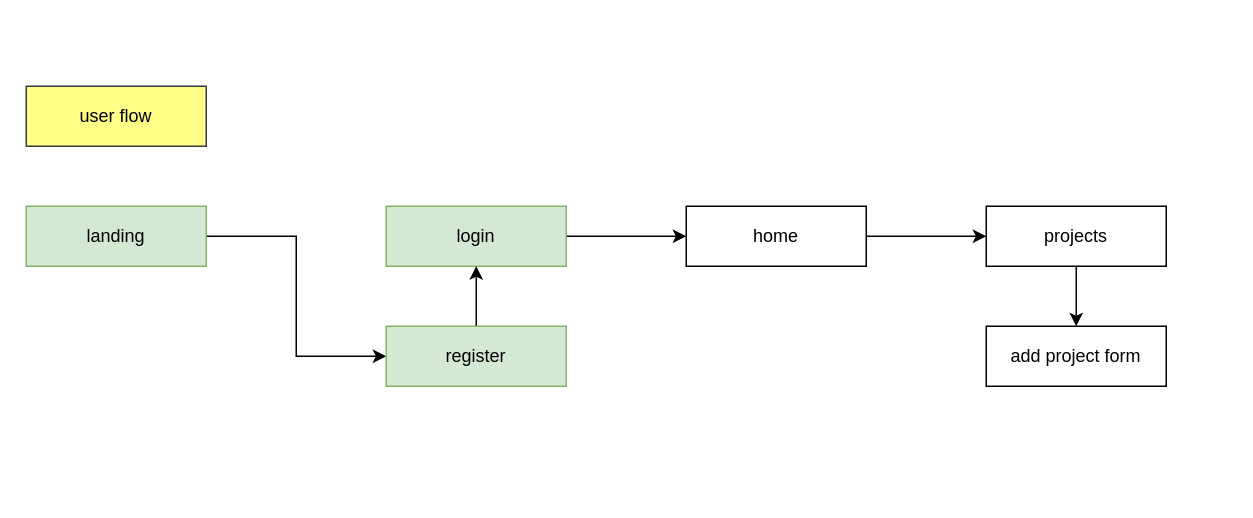
BudacuVlad/music-store keeps this draw.io diagram as page "user flow" (1 of 2) of docs/2 design/routing.drawio. Above is the earlier version. Source tidied: cells renumbered, new cells numbered last; positions are measured from the earlier drawing's top-left corner, leaving out a move shared by most shapes. Both pictures are drawn from the tidied source at 150%, with x=0, y=0 at pixel (26, 86).
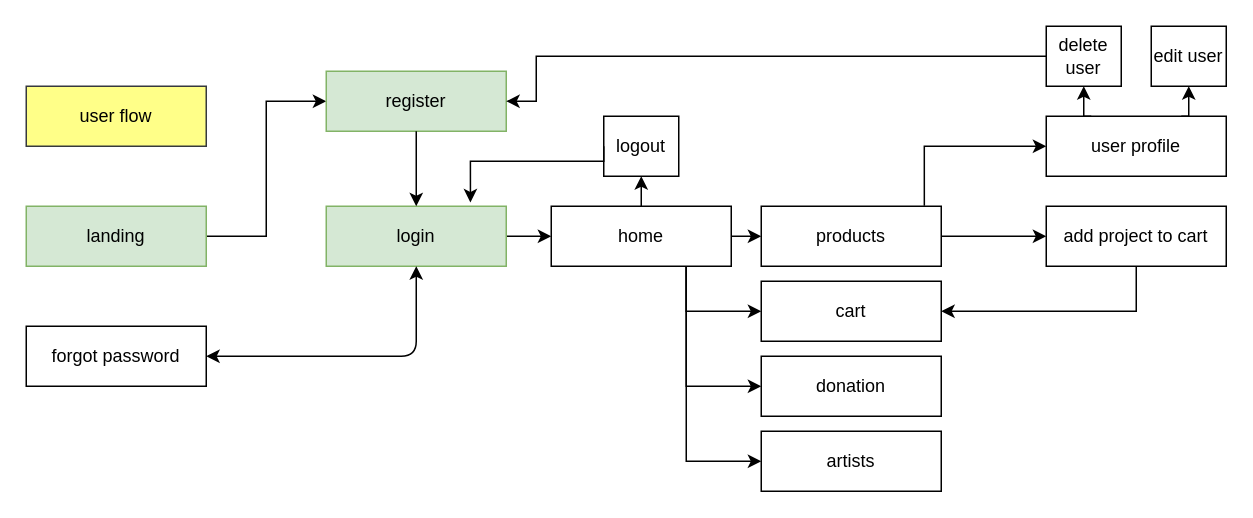
After the change.

The change refers to these unchanged cells:
```xml
<mxCell id="5" value="landing" style="rounded=0;whiteSpace=wrap;html=1;fillColor=#d5e8d4;strokeColor=#82b366;" parent="1" vertex="1">
  <mxGeometry y="80" width="120" height="40" as="geometry" />
</mxCell>
```

What changed in the source:
```diff
@@
-    <mxCell id="2" style="edgeStyle=orthogonalEdgeStyle;rounded=0;jettySize=auto;html=1;entryX=0;entryY=0.5;entryDx=0;entryDy=0;" parent="1" edge="1" source="3" target="11">
+    <mxCell id="2" style="edgeStyle=orthogonalEdgeStyle;rounded=0;jettySize=auto;html=1;entryX=0;entryY=0.5;entryDx=0;entryDy=0;exitX=1;exitY=0.5;exitDx=0;exitDy=0;" parent="1" edge="1" source="3" target="11">
       <mxGeometry relative="1" as="geometry" />
     </mxCell>
     <mxCell id="3" value="home" style="rounded=0;whiteSpace=wrap;html=1;" parent="1" vertex="1">
-      <mxGeometry x="440" y="80" width="120" height="40" as="geometry" />
+      <mxGeometry x="350" y="80" width="120" height="40" as="geometry" />
     </mxCell>
-    <mxCell id="4" style="edgeStyle=orthogonalEdgeStyle;rounded=0;jettySize=auto;html=1;entryX=0;entryY=0.5;entryDx=0;entryDy=0;" parent="1" edge="1" source="5" target="9">
+    <mxCell id="4" style="edgeStyle=orthogonalEdgeStyle;rounded=0;jettySize=auto;html=1;entryX=0;entryY=0.5;entryDx=0;entryDy=0;exitX=1;exitY=0.5;exitDx=0;exitDy=0;" parent="1" edge="1" source="5" target="9">
       <mxGeometry relative="1" as="geometry" />
     </mxCell>
@@
-    <mxCell id="6" style="edgeStyle=orthogonalEdgeStyle;rounded=0;jettySize=auto;html=1;entryX=0;entryY=0.5;entryDx=0;entryDy=0;" parent="1" edge="1" source="7" target="3">
+    <mxCell id="6" style="edgeStyle=orthogonalEdgeStyle;rounded=0;jettySize=auto;html=1;entryX=0;entryY=0.5;entryDx=0;entryDy=0;exitX=1;exitY=0.5;exitDx=0;exitDy=0;" parent="1" edge="1" source="7" target="3">
       <mxGeometry relative="1" as="geometry" />
     </mxCell>
     <mxCell id="7" value="login" style="whiteSpace=wrap;html=1;rounded=0;fillColor=#d5e8d4;strokeColor=#82b366;" parent="1" vertex="1">
-      <mxGeometry x="240" y="80" width="120" height="40" as="geometry" />
+      <mxGeometry x="200" y="80" width="120" height="40" as="geometry" />
     </mxCell>
-    <mxCell id="8" style="edgeStyle=orthogonalEdgeStyle;rounded=0;jettySize=auto;html=1;" parent="1" edge="1" source="9" target="7">
-      <mxGeometry relative="1" as="geometry" />
-    </mxCell>
     <mxCell id="9" value="register" style="whiteSpace=wrap;html=1;rounded=0;fillColor=#d5e8d4;strokeColor=#82b366;" parent="1" vertex="1">
-      <mxGeometry x="240" y="160" width="120" height="40" as="geometry" />
+      <mxGeometry x="200" y="-10" width="120" height="40" as="geometry" />
     </mxCell>
-    <mxCell id="10" style="edgeStyle=orthogonalEdgeStyle;rounded=0;jettySize=auto;html=1;" parent="1" edge="1" source="11" target="12">
+    <mxCell id="10" style="edgeStyle=orthogonalEdgeStyle;rounded=0;jettySize=auto;html=1;exitX=1;exitY=0.5;exitDx=0;exitDy=0;entryX=0;entryY=0.5;entryDx=0;entryDy=0;" parent="1" edge="1" source="11" target="12">
       <mxGeometry relative="1" as="geometry" />
     </mxCell>
-    <mxCell id="11" value="projects" style="rounded=0;whiteSpace=wrap;html=1;" parent="1" vertex="1">
-      <mxGeometry x="640" y="80" width="120" height="40" as="geometry" />
+    <mxCell id="11" value="products" style="rounded=0;whiteSpace=wrap;html=1;" parent="1" vertex="1">
+      <mxGeometry x="490" y="80" width="120" height="40" as="geometry" />
     </mxCell>
-    <mxCell id="12" value="add project form" style="rounded=0;whiteSpace=wrap;html=1;" parent="1" vertex="1">
-      <mxGeometry x="640" y="160" width="120" height="40" as="geometry" />
+    <mxCell id="12" value="add project to cart" style="rounded=0;whiteSpace=wrap;html=1;" parent="1" vertex="1">
+      <mxGeometry x="680" y="80" width="120" height="40" as="geometry" />
     </mxCell>
@@
+    <mxCell id="14" value="forgot password" style="rounded=0;whiteSpace=wrap;html=1;" parent="1" vertex="1">
+      <mxGeometry y="160" width="120" height="40" as="geometry" />
+    </mxCell>
+    <mxCell id="15" style="endArrow=classic;startArrow=classic;html=1;entryX=1;entryY=0.5;entryDx=0;entryDy=0;exitX=0.5;exitY=1;exitDx=0;exitDy=0;" parent="1" edge="1" source="7" target="14">
+      <mxGeometry relative="1" as="geometry">
+        <Array as="points">
+          <mxPoint x="260" y="180" />
+        </Array>
+      </mxGeometry>
+    </mxCell>
+    <mxCell id="16" value="cart" style="rounded=0;whiteSpace=wrap;html=1;" parent="1" vertex="1">
+      <mxGeometry x="490" y="130" width="120" height="40" as="geometry" />
+    </mxCell>
+    <mxCell id="8" style="endArrow=classic;html=1;entryX=0.5;entryY=0;entryDx=0;entryDy=0;exitX=0.5;exitY=1;exitDx=0;exitDy=0;" parent="1" edge="1" source="9" target="7">
+      <mxGeometry relative="1" as="geometry" />
+    </mxCell>
+    <mxCell id="17" style="edgeStyle=orthogonalEdgeStyle;rounded=0;jettySize=auto;html=1;entryX=0;entryY=0.5;entryDx=0;entryDy=0;exitX=0.75;exitY=1;exitDx=0;exitDy=0;" parent="1" edge="1" source="3" target="16">
+      <mxGeometry relative="1" as="geometry" />
+    </mxCell>
+    <mxCell id="18" value="user profile" style="rounded=0;whiteSpace=wrap;html=1;" parent="1" vertex="1">
+      <mxGeometry x="680" y="20" width="120" height="40" as="geometry" />
+    </mxCell>
+    <mxCell id="19" value="edit user" style="rounded=0;whiteSpace=wrap;html=1;" parent="1" vertex="1">
+      <mxGeometry x="750" y="-40" width="50" height="40" as="geometry" />
+    </mxCell>
+    <mxCell id="20" value="delete user" style="rounded=0;whiteSpace=wrap;html=1;" parent="1" vertex="1">
+      <mxGeometry x="680" y="-40" width="50" height="40" as="geometry" />
+    </mxCell>
+    <mxCell id="21" style="edgeStyle=orthogonalEdgeStyle;rounded=0;jettySize=auto;html=1;exitX=0.906;exitY=-0.008;exitDx=0;exitDy=0;entryX=0;entryY=0.5;entryDx=0;entryDy=0;exitPerimeter=0;" parent="1" edge="1" source="11" target="18">
+      <mxGeometry relative="1" as="geometry">
+        <Array as="points">
+          <mxPoint x="599" y="40" />
+        </Array>
+      </mxGeometry>
+    </mxCell>
+    <mxCell id="22" style="edgeStyle=orthogonalEdgeStyle;rounded=0;jettySize=auto;html=1;exitX=0.75;exitY=0;exitDx=0;exitDy=0;entryX=0.5;entryY=1;entryDx=0;entryDy=0;" parent="1" edge="1" source="18" target="19">
+      <mxGeometry relative="1" as="geometry" />
+    </mxCell>
+    <mxCell id="23" style="edgeStyle=orthogonalEdgeStyle;rounded=0;jettySize=auto;html=1;exitX=0.25;exitY=0;exitDx=0;exitDy=0;entryX=0.5;entryY=1;entryDx=0;entryDy=0;" parent="1" edge="1" source="18" target="20">
+      <mxGeometry relative="1" as="geometry">
+        <Array as="points">
+          <mxPoint x="705" y="20" />
+        </Array>
+      </mxGeometry>
+    </mxCell>
+    <mxCell id="24" style="edgeStyle=orthogonalEdgeStyle;rounded=0;jettySize=auto;html=1;exitX=0;exitY=0.5;exitDx=0;exitDy=0;" parent="1" edge="1" source="20">
+      <mxGeometry relative="1" as="geometry">
+        <mxPoint x="320" y="10" as="targetPoint" />
+        <Array as="points">
+          <mxPoint x="340" y="-20" />
+          <mxPoint x="340" y="10" />
+        </Array>
+      </mxGeometry>
+    </mxCell>
+    <mxCell id="25" style="edgeStyle=orthogonalEdgeStyle;rounded=0;jettySize=auto;html=1;entryX=1;entryY=0.5;entryDx=0;entryDy=0;exitX=0.5;exitY=1;exitDx=0;exitDy=0;" parent="1" edge="1" source="12" target="16">
+      <mxGeometry relative="1" as="geometry">
+        <Array as="points">
+          <mxPoint x="740" y="150" />
+        </Array>
+      </mxGeometry>
+    </mxCell>
+    <mxCell id="26" value="donation" style="rounded=0;whiteSpace=wrap;html=1;" parent="1" vertex="1">
+      <mxGeometry x="490" y="180" width="120" height="40" as="geometry" />
+    </mxCell>
+    <mxCell id="27" style="edgeStyle=orthogonalEdgeStyle;rounded=0;jettySize=auto;html=1;entryX=0;entryY=0.5;entryDx=0;entryDy=0;exitX=0.75;exitY=1;exitDx=0;exitDy=0;" parent="1" edge="1" source="3" target="26">
+      <mxGeometry relative="1" as="geometry">
+        <Array as="points">
+          <mxPoint x="440" y="200" />
+        </Array>
+      </mxGeometry>
+    </mxCell>
+    <mxCell id="28" value="artists" style="rounded=0;whiteSpace=wrap;html=1;" parent="1" vertex="1">
+      <mxGeometry x="490" y="230" width="120" height="40" as="geometry" />
+    </mxCell>
+    <mxCell id="29" style="edgeStyle=orthogonalEdgeStyle;rounded=0;jettySize=auto;html=1;entryX=0;entryY=0.5;entryDx=0;entryDy=0;exitX=0.75;exitY=1;exitDx=0;exitDy=0;" parent="1" edge="1" source="3" target="28">
+      <mxGeometry relative="1" as="geometry">
+        <Array as="points">
+          <mxPoint x="440" y="250" />
+        </Array>
+      </mxGeometry>
+    </mxCell>
+    <mxCell id="30" style="edgeStyle=orthogonalEdgeStyle;rounded=0;jettySize=auto;html=1;exitX=0.5;exitY=0;exitDx=0;exitDy=0;entryX=0.5;entryY=1;entryDx=0;entryDy=0;" parent="1" edge="1" source="3" target="31">
+      <mxGeometry relative="1" as="geometry" />
+    </mxCell>
+    <mxCell id="31" value="logout" style="rounded=0;whiteSpace=wrap;html=1;" parent="1" vertex="1">
+      <mxGeometry x="385" y="20" width="50" height="40" as="geometry" />
+    </mxCell>
+    <mxCell id="32" style="edgeStyle=orthogonalEdgeStyle;rounded=0;jettySize=auto;html=1;entryX=0.801;entryY=-0.063;entryDx=0;entryDy=0;entryPerimeter=0;exitX=0;exitY=0.5;exitDx=0;exitDy=0;" parent="1" edge="1" source="31" target="7">
+      <mxGeometry relative="1" as="geometry">
+        <Array as="points">
+          <mxPoint x="296" y="50" />
+        </Array>
+      </mxGeometry>
+    </mxCell>
```
